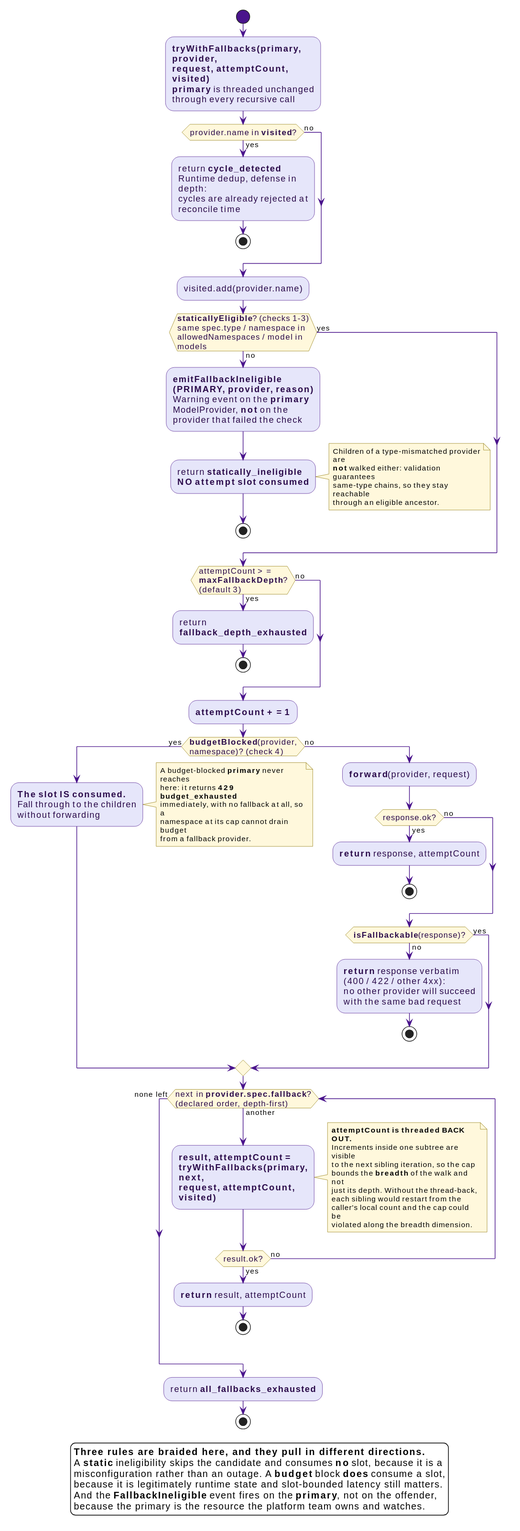
Earlier version of the PlantUML export docs/src/diagrams/fallback-traversal.svg (win07xp/kaalm). The source it was exported from:
```plantuml
@startuml
!include _style.puml

start
:**tryWithFallbacks(primary, provider,**\n**request, attemptCount, visited)**\n**primary** is threaded unchanged\nthrough every recursive call;

if (provider.name in **visited**?) then (yes)
  :return **cycle_detected**\nRuntime dedup, defense in depth:\ncycles are already rejected at\nreconcile time;
  stop
else (no)
endif

:visited.add(provider.name);

if (**staticallyEligible**? (checks 1-3)\nsame spec.type / namespace in\nallowedNamespaces / model in models) then (no)
  :**emitFallbackIneligible**\n**(PRIMARY, provider, reason)**\nWarning event on the **primary**\nModelProvider, **not** on the\nprovider that failed the check;
  :return **statically_ineligible**\n**NO attempt slot consumed**;
  note right
    Children of a type-mismatched provider are
    **not** walked either: validation guarantees
    same-type chains, so they stay reachable
    through an eligible ancestor.
  end note
  stop
else (yes)
endif

if (attemptCount >= **maxFallbackDepth**?\n(default 3)) then (yes)
  :return **fallback_depth_exhausted**;
  stop
else (no)
endif

:**attemptCount += 1**;

if (**budgetBlocked**(provider,\nnamespace)? (check 4)) then (yes)
  :**The slot IS consumed.**\nFall through to the children\nwithout forwarding;
  note right
    A budget-blocked **primary** never reaches
    here: it returns **429 budget_exhausted**
    immediately, with no fallback at all, so a
    namespace at its cap cannot drain budget
    from a fallback provider.
  end note
else (no)
  :**forward**(provider, request);
  if (response.ok?) then (yes)
    :**return** response, attemptCount;
    stop
  else (no)
  endif
  if (**isFallbackable**(response)?) then (no)
    :**return** response verbatim\n(400 / 422 / other 4xx):\nno other provider will succeed\nwith the same bad request;
    stop
  else (yes)
  endif
endif

while (next in **provider.spec.fallback**?\n(declared order, depth-first)) is (another)
  :**result, attemptCount =**\n**tryWithFallbacks(primary, next,**\n**request, attemptCount, visited)**;
  note right
    **attemptCount is threaded BACK OUT.**
    Increments inside one subtree are visible
    to the next sibling iteration, so the cap
    bounds the **breadth** of the walk and not
    just its depth. Without the thread-back,
    each sibling would restart from the
    caller's local count and the cap could be
    violated along the breadth dimension.
  end note
  if (result.ok?) then (yes)
    :**return** result, attemptCount;
    stop
  else (no)
  endif
endwhile (none left)

:return **all_fallbacks_exhausted**;
stop

legend bottom
  **Three rules are braided here, and they pull in different directions.**
  A **static** ineligibility skips the candidate and consumes **no** slot, because it is a
  misconfiguration rather than an outage. A **budget** block **does** consume a slot,
  because it is legitimately runtime state and slot-bounded latency still matters.
  And the **FallbackIneligible** event fires on the **primary**, not on the offender,
  because the primary is the resource the platform team owns and watches.
endlegend
@enduml
```
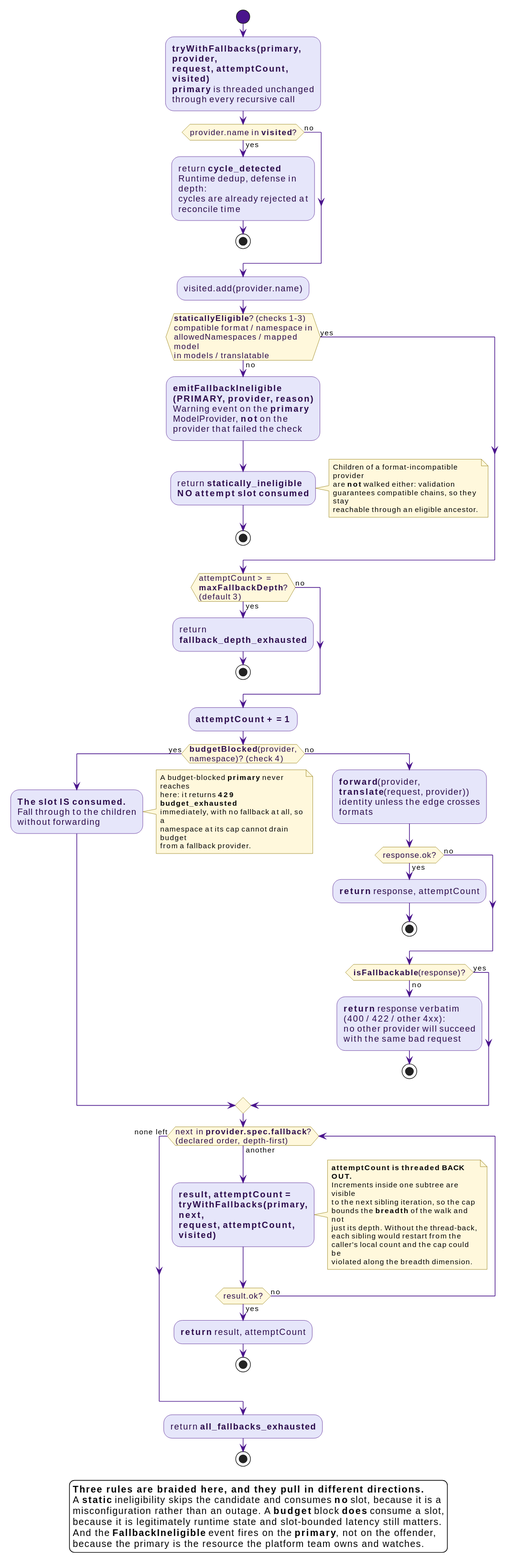
The same diagram one commit later.

Diff of the diagram source:
```diff
@@ -12,14 +12,14 @@
 
 :visited.add(provider.name);
 
-if (**staticallyEligible**? (checks 1-3)\nsame spec.type / namespace in\nallowedNamespaces / model in models) then (no)
+if (**staticallyEligible**? (checks 1-3)\ncompatible format / namespace in\nallowedNamespaces / mapped model\nin models / translatable) then (no)
   :**emitFallbackIneligible**\n**(PRIMARY, provider, reason)**\nWarning event on the **primary**\nModelProvider, **not** on the\nprovider that failed the check;
   :return **statically_ineligible**\n**NO attempt slot consumed**;
   note right
-    Children of a type-mismatched provider are
-    **not** walked either: validation guarantees
-    same-type chains, so they stay reachable
-    through an eligible ancestor.
+    Children of a format-incompatible provider
+    are **not** walked either: validation
+    guarantees compatible chains, so they stay
+    reachable through an eligible ancestor.
   end note
   stop
 else (yes)
@@ -43,7 +43,7 @@
     from a fallback provider.
   end note
 else (no)
-  :**forward**(provider, request);
+  :**forward**(provider, **translate**(request, provider))\nidentity unless the edge crosses formats;
   if (response.ok?) then (yes)
     :**return** response, attemptCount;
     stop
```
